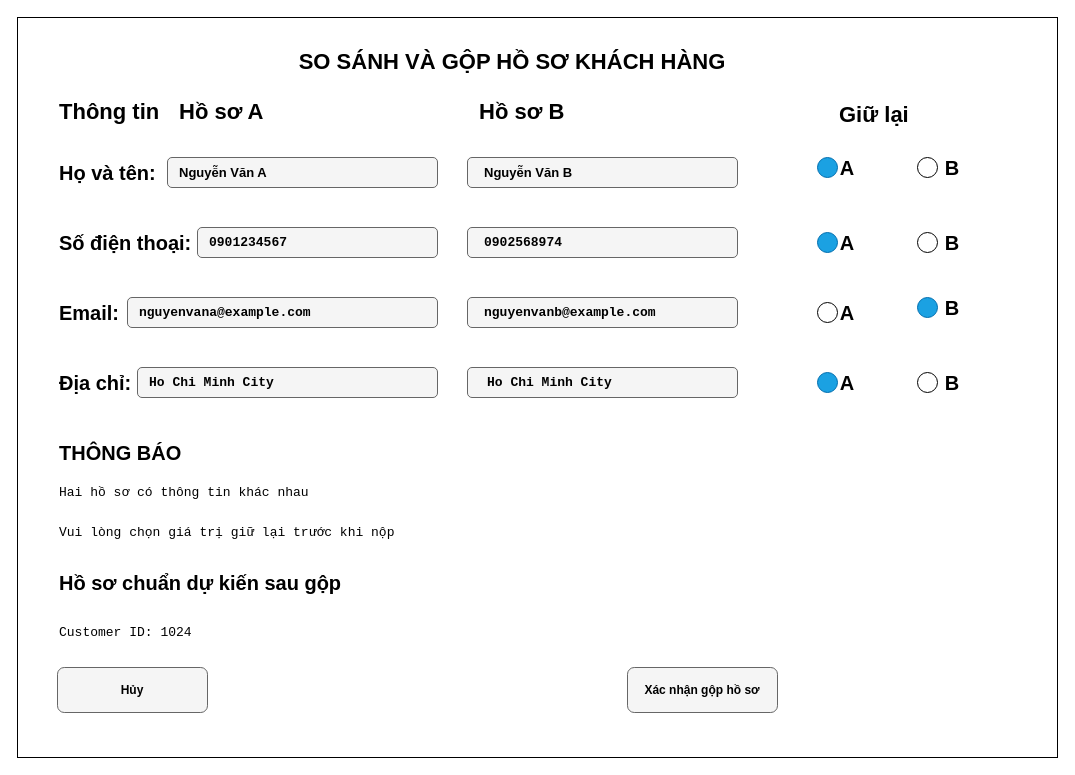
Earlier version of the draw.io diagram page "03-So-sanh-Gop-ho-so" (3 of 4) of docs/wireframe.drawio (Thephuong-123/cdtn1-nguyenthephuong-l1). Source tidied: cells renumbered, new cells numbered last; positions are measured from the earlier drawing's top-left corner, leaving out a move shared by most shapes. Both pictures are drawn from the tidied source at 100%, with x=0, y=0 at pixel (17, 17).
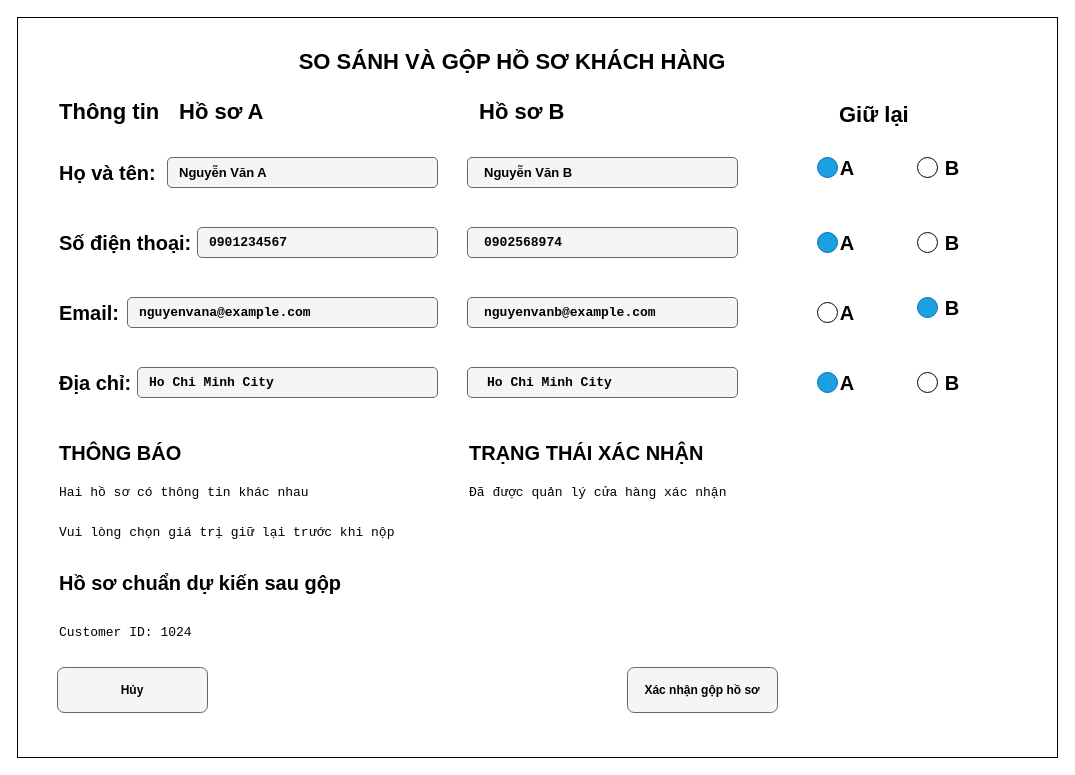
After the change.

What changed in the source:
```diff
@@
+    <mxCell id="53" value="&lt;span style=&quot;font-size: 20px;&quot;&gt;&lt;b&gt;TRẠNG THÁI XÁC NHẬN&lt;/b&gt;&lt;/span&gt;" style="text;html=1;whiteSpace=wrap;strokeColor=none;fillColor=none;align=left;verticalAlign=middle;rounded=0;fontSize=12;" parent="1" vertex="1">
+      <mxGeometry x="450" y="420" width="240" height="30" as="geometry" />
+    </mxCell>
+    <mxCell id="54" value="&lt;pre dir=&quot;ltr&quot;&gt;Đã được quản lý cửa hàng xác nhận&lt;/pre&gt;" style="text;html=1;whiteSpace=wrap;strokeColor=none;fillColor=none;align=left;verticalAlign=middle;rounded=0;fontSize=13;" parent="1" vertex="1">
+      <mxGeometry x="450" y="460" width="240" height="30" as="geometry" />
+    </mxCell>
```
